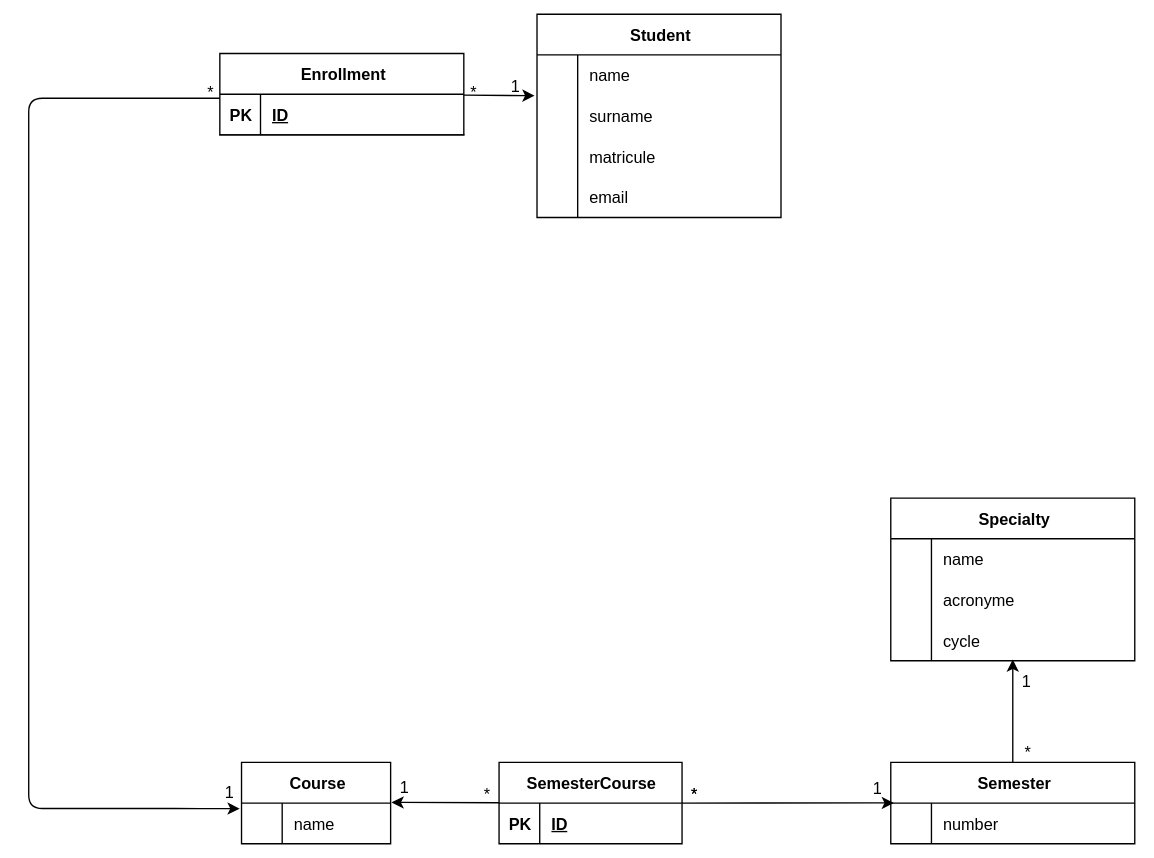
Earlier version of the draw.io export media/enrollment_structure.svg (mannara-org/WhatAreTheyWorth). Source tidied: cells renumbered, new cells last; positions are measured from the earlier drawing's top-left corner, leaving out a move shared by most shapes.
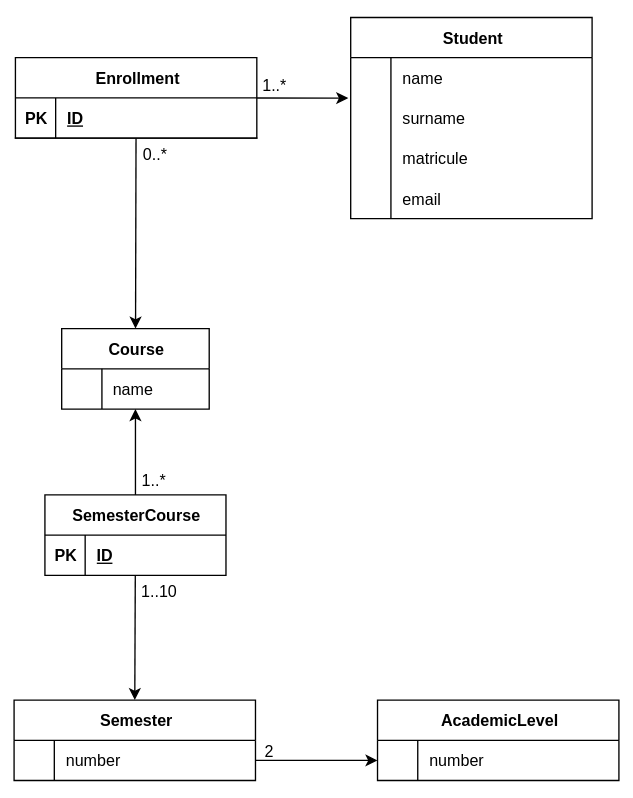
Above is the later version.

The edit, as a diff of the source:
```diff
@@ -5,56 +5,59 @@
     <mxCell id="2" value="Student" style="shape=table;startSize=30;rowLines=0;fontStyle=1;align=center;html=1;" parent="1" vertex="1">
       <mxGeometry x="375" width="180" height="150" as="geometry" />
     </mxCell>
-    <mxCell id="3" style="shape=tableRow;horizontal=0;startSize=0;swimlaneHead=0;swimlaneBody=0;fillColor=none;top=0;left=0;right=0;bottom=0;" parent="2" vertex="1">
-      <mxGeometry y="30" width="180" height="30" as="geometry" />
-    </mxCell>
-    <mxCell id="4" style="shape=partialRectangle;fillColor=none;top=0;left=0;bottom=0;right=0;overflow=hidden;whiteSpace=wrap;html=1;" parent="3" vertex="1">
-      <mxGeometry width="30" height="30" as="geometry" />
-    </mxCell>
-    <mxCell id="5" value="name" style="shape=partialRectangle;fillColor=none;top=0;left=0;bottom=0;right=0;align=left;spacingLeft=6;overflow=hidden;whiteSpace=wrap;html=1;" parent="3" vertex="1">
-      <mxGeometry x="30" width="150" height="30" as="geometry" />
-    </mxCell>
-    <mxCell id="6" style="shape=tableRow;horizontal=0;startSize=0;swimlaneHead=0;swimlaneBody=0;fillColor=none;points=[[0,0.5],[1,0.5]];portConstraint=eastwest;top=0;left=0;right=0;bottom=0;" parent="2" vertex="1">
-      <mxGeometry y="60" width="180" height="30" as="geometry" />
-    </mxCell>
-    <mxCell id="7" style="shape=partialRectangle;fillColor=none;top=0;left=0;bottom=0;right=0;overflow=hidden;whiteSpace=wrap;html=1;" parent="6" vertex="1">
-      <mxGeometry width="30" height="30" as="geometry" />
-    </mxCell>
+    <mxCell id="57" style="shape=tableRow;horizontal=0;startSize=0;swimlaneHead=0;swimlaneBody=0;fillColor=none;top=0;left=0;right=0;bottom=0;" parent="2" vertex="1">
+      <mxGeometry y="30" width="180" height="30" as="geometry" />
+    </mxCell>
+    <mxCell id="58" style="shape=partialRectangle;fillColor=none;top=0;left=0;bottom=0;right=0;overflow=hidden;whiteSpace=wrap;html=1;" parent="57" vertex="1">
+      <mxGeometry width="30" height="30" as="geometry" />
+    </mxCell>
+    <mxCell id="59" value="name" style="shape=partialRectangle;fillColor=none;top=0;left=0;bottom=0;right=0;align=left;spacingLeft=6;overflow=hidden;whiteSpace=wrap;html=1;" parent="57" vertex="1">
+      <mxGeometry x="30" width="150" height="30" as="geometry" />
+    </mxCell>
+    <mxCell id="60" style="shape=tableRow;horizontal=0;startSize=0;swimlaneHead=0;swimlaneBody=0;fillColor=none;points=[[0,0.5],[1,0.5]];portConstraint=eastwest;top=0;left=0;right=0;bottom=0;" parent="2" vertex="1">
+      <mxGeometry y="60" width="180" height="30" as="geometry" />
+    </mxCell>
+    <mxCell id="61" style="shape=partialRectangle;fillColor=none;top=0;left=0;bottom=0;right=0;overflow=hidden;whiteSpace=wrap;html=1;" parent="60" vertex="1">
+      <mxGeometry width="30" height="30" as="geometry" />
+    </mxCell>
-    <mxCell id="8" value="surname" style="shape=partialRectangle;fillColor=none;top=0;left=0;bottom=0;right=0;align=left;spacingLeft=6;overflow=hidden;whiteSpace=wrap;html=1;" parent="6" vertex="1">
+    <mxCell id="8" value="surname" style="shape=partialRectangle;fillColor=none;top=0;left=0;bottom=0;right=0;align=left;spacingLeft=6;overflow=hidden;whiteSpace=wrap;html=1;" parent="60" vertex="1">
       <mxGeometry x="30" width="150" height="30" as="geometry" />
     </mxCell>
-    <mxCell id="9" style="shape=tableRow;horizontal=0;startSize=0;swimlaneHead=0;swimlaneBody=0;fillColor=none;top=0;left=0;right=0;bottom=0;" parent="2" vertex="1">
-      <mxGeometry y="90" width="180" height="30" as="geometry" />
-    </mxCell>
-    <mxCell id="10" style="shape=partialRectangle;fillColor=none;top=0;left=0;bottom=0;right=0;overflow=hidden;whiteSpace=wrap;html=1;" parent="9" vertex="1">
-      <mxGeometry width="30" height="30" as="geometry" />
-    </mxCell>
+    <mxCell id="62" style="shape=tableRow;horizontal=0;startSize=0;swimlaneHead=0;swimlaneBody=0;fillColor=none;top=0;left=0;right=0;bottom=0;" parent="2" vertex="1">
+      <mxGeometry y="90" width="180" height="30" as="geometry" />
+    </mxCell>
+    <mxCell id="63" style="shape=partialRectangle;fillColor=none;top=0;left=0;bottom=0;right=0;overflow=hidden;whiteSpace=wrap;html=1;" parent="62" vertex="1">
+      <mxGeometry width="30" height="30" as="geometry" />
+    </mxCell>
-    <mxCell id="11" value="matricule" style="shape=partialRectangle;fillColor=none;top=0;left=0;bottom=0;right=0;align=left;spacingLeft=6;overflow=hidden;whiteSpace=wrap;html=1;" parent="9" vertex="1">
+    <mxCell id="11" value="matricule" style="shape=partialRectangle;fillColor=none;top=0;left=0;bottom=0;right=0;align=left;spacingLeft=6;overflow=hidden;whiteSpace=wrap;html=1;" parent="62" vertex="1">
       <mxGeometry x="30" width="150" height="30" as="geometry" />
     </mxCell>
     <mxCell id="12" style="shape=tableRow;horizontal=0;startSize=0;swimlaneHead=0;swimlaneBody=0;fillColor=none;top=0;left=0;right=0;bottom=0;" parent="2" vertex="1">
       <mxGeometry y="120" width="180" height="30" as="geometry" />
     </mxCell>
-    <mxCell id="13" style="shape=partialRectangle;fillColor=none;top=0;left=0;bottom=0;right=0;overflow=hidden;whiteSpace=wrap;html=1;" parent="12" vertex="1">
-      <mxGeometry width="30" height="30" as="geometry" />
-    </mxCell>
+    <mxCell id="64" style="shape=partialRectangle;fillColor=none;top=0;left=0;bottom=0;right=0;overflow=hidden;whiteSpace=wrap;html=1;" parent="12" vertex="1">
+      <mxGeometry width="30" height="30" as="geometry" />
+    </mxCell>
     <mxCell id="14" value="email" style="shape=partialRectangle;fillColor=none;top=0;left=0;bottom=0;right=0;align=left;spacingLeft=6;overflow=hidden;whiteSpace=wrap;html=1;" parent="12" vertex="1">
       <mxGeometry x="30" width="150" height="30" as="geometry" />
     </mxCell>
     <mxCell id="15" value="Course" style="shape=table;startSize=30;rowLines=0;fontStyle=1;align=center;html=1;" parent="1" vertex="1">
-      <mxGeometry x="157" y="552" width="110" height="60" as="geometry" />
+      <mxGeometry x="159.5" y="232" width="110" height="60" as="geometry" />
     </mxCell>
     <mxCell id="16" style="shape=tableRow;horizontal=0;startSize=0;swimlaneHead=0;swimlaneBody=0;fillColor=none;points=[[0,0.5],[1,0.5]];portConstraint=eastwest;top=0;left=0;right=0;bottom=0;" parent="15" vertex="1">
       <mxGeometry y="30" width="110" height="30" as="geometry" />
     </mxCell>
-    <mxCell id="17" style="shape=partialRectangle;fillColor=none;top=0;left=0;bottom=0;right=0;overflow=hidden;whiteSpace=wrap;html=1;" parent="16" vertex="1">
-      <mxGeometry width="30" height="30" as="geometry" />
-    </mxCell>
+    <mxCell id="65" style="shape=partialRectangle;fillColor=none;top=0;left=0;bottom=0;right=0;overflow=hidden;whiteSpace=wrap;html=1;" parent="16" vertex="1">
+      <mxGeometry width="30" height="30" as="geometry" />
+    </mxCell>
     <mxCell id="18" value="name" style="shape=partialRectangle;fillColor=none;top=0;left=0;bottom=0;right=0;align=left;spacingLeft=6;overflow=hidden;whiteSpace=wrap;html=1;" parent="16" vertex="1">
       <mxGeometry x="30" width="80" height="30" as="geometry" />
     </mxCell>
+    <mxCell id="66" style="edgeStyle=none;html=1;" parent="1" edge="1" source="19" target="15">
+      <mxGeometry relative="1" as="geometry" />
+    </mxCell>
     <mxCell id="19" value="Enrollment" style="shape=table;startSize=30;rowLines=0;fontStyle=1;align=center;html=1;" parent="1" vertex="1">
-      <mxGeometry x="141" y="29" width="180" height="60" as="geometry" />
+      <mxGeometry x="125" y="30" width="180" height="60" as="geometry" />
     </mxCell>
     <mxCell id="20" style="shape=tableRow;horizontal=0;startSize=0;swimlaneHead=0;swimlaneBody=0;fillColor=none;points=[[0,0.5],[1,0.5]];portConstraint=eastwest;top=0;left=0;right=0;bottom=1;" parent="19" vertex="1">
       <mxGeometry y="30" width="180" height="30" as="geometry" />
@@ -65,30 +68,14 @@
     <mxCell id="22" value="ID" style="shape=partialRectangle;fillColor=none;top=0;left=0;bottom=0;right=0;align=left;spacingLeft=6;fontStyle=5;overflow=hidden;whiteSpace=wrap;html=1;" parent="20" vertex="1">
       <mxGeometry x="30" width="150" height="30" as="geometry" />
     </mxCell>
-    <mxCell id="23" style="edgeStyle=none;html=1;endArrow=classic;endFill=1;startArrow=none;startFill=0;entryX=-0.012;entryY=0.136;entryDx=0;entryDy=0;entryPerimeter=0;exitX=-0.001;exitY=0.099;exitDx=0;exitDy=0;exitPerimeter=0;" parent="1" edge="1" source="20">
-      <mxGeometry relative="1" as="geometry">
-        <mxPoint x="155.7" y="586.1" as="targetPoint" />
-        <Array as="points">
-          <mxPoint y="62" />
-          <mxPoint y="586" />
-          <mxPoint x="117" y="586" />
-        </Array>
-      </mxGeometry>
-    </mxCell>
-    <mxCell id="24" style="edgeStyle=none;html=1;entryX=-0.01;entryY=0.004;entryDx=0;entryDy=0;entryPerimeter=0;endArrow=classic;endFill=1;" parent="1" edge="1" source="19" target="6">
-      <mxGeometry relative="1" as="geometry" />
-    </mxCell>
-    <mxCell id="25" value="1" style="text;html=1;align=center;verticalAlign=middle;strokeColor=none;fillColor=none;" parent="1" vertex="1">
-      <mxGeometry x="343" y="38" width="30" height="30" as="geometry" />
-    </mxCell>
-    <mxCell id="26" value="*" style="text;html=1;align=center;verticalAlign=middle;strokeColor=none;fillColor=none;" parent="1" vertex="1">
-      <mxGeometry x="118" y="42" width="30" height="30" as="geometry" />
-    </mxCell>
-    <mxCell id="27" value="*" style="text;html=1;align=center;verticalAlign=middle;strokeColor=none;fillColor=none;" parent="1" vertex="1">
-      <mxGeometry x="312" y="42" width="30" height="30" as="geometry" />
-    </mxCell>
+    <mxCell id="67" style="edgeStyle=none;html=1;entryX=-0.01;entryY=0.004;entryDx=0;entryDy=0;entryPerimeter=0;endArrow=classic;endFill=1;" parent="1" edge="1" source="19" target="60">
+      <mxGeometry relative="1" as="geometry" />
+    </mxCell>
+    <mxCell id="68" style="edgeStyle=none;html=1;entryX=0.5;entryY=0;entryDx=0;entryDy=0;" parent="1" edge="1" source="28" target="47">
+      <mxGeometry relative="1" as="geometry" />
+    </mxCell>
     <mxCell id="28" value="SemesterCourse" style="shape=table;startSize=30;rowLines=0;fontStyle=1;align=center;html=1;" parent="1" vertex="1">
-      <mxGeometry x="347" y="552" width="135" height="60" as="geometry" />
+      <mxGeometry x="147" y="356" width="135" height="60" as="geometry" />
     </mxCell>
     <mxCell id="29" style="shape=tableRow;horizontal=0;startSize=0;swimlaneHead=0;swimlaneBody=0;fillColor=none;top=0;left=0;right=0;bottom=0;" parent="28" vertex="1">
       <mxGeometry y="30" width="135" height="30" as="geometry" />
@@ -99,82 +86,50 @@
     <mxCell id="31" value="&lt;b&gt;&lt;u&gt;ID&lt;/u&gt;&lt;/b&gt;" style="shape=partialRectangle;fillColor=none;top=0;left=0;bottom=0;right=0;align=left;spacingLeft=6;overflow=hidden;whiteSpace=wrap;html=1;" parent="29" vertex="1">
       <mxGeometry x="30" width="105" height="30" as="geometry" />
     </mxCell>
-    <mxCell id="32" value="*" style="text;html=1;align=center;verticalAlign=middle;strokeColor=none;fillColor=none;" parent="1" vertex="1">
-      <mxGeometry x="475" y="560" width="30" height="30" as="geometry" />
-    </mxCell>
+    <mxCell id="47" value="Semester" style="shape=table;startSize=30;rowLines=0;fontStyle=1;align=center;html=1;" parent="1" vertex="1">
+      <mxGeometry x="124" y="509" width="180" height="60" as="geometry" />
+    </mxCell>
+    <mxCell id="69" style="shape=tableRow;horizontal=0;startSize=0;swimlaneHead=0;swimlaneBody=0;fillColor=none;points=[[0,0.5],[1,0.5]];portConstraint=eastwest;top=0;left=0;right=0;bottom=0;" parent="47" vertex="1">
+      <mxGeometry y="30" width="180" height="30" as="geometry" />
+    </mxCell>
+    <mxCell id="70" style="shape=partialRectangle;fillColor=none;top=0;left=0;bottom=0;right=0;overflow=hidden;whiteSpace=wrap;html=1;" parent="69" vertex="1">
+      <mxGeometry width="30" height="30" as="geometry" />
+    </mxCell>
+    <mxCell id="71" value="number" style="shape=partialRectangle;fillColor=none;top=0;left=0;bottom=0;right=0;align=left;spacingLeft=6;overflow=hidden;whiteSpace=wrap;html=1;" parent="69" vertex="1">
+      <mxGeometry x="30" width="150" height="30" as="geometry" />
+    </mxCell>
+    <mxCell id="72" value="AcademicLevel" style="shape=table;startSize=30;rowLines=0;fontStyle=1;align=center;html=1;" parent="1" vertex="1">
+      <mxGeometry x="395" y="509" width="180" height="60" as="geometry" />
+    </mxCell>
+    <mxCell id="73" style="shape=tableRow;horizontal=0;startSize=0;swimlaneHead=0;swimlaneBody=0;fillColor=none;points=[[0,0.5],[1,0.5]];portConstraint=eastwest;top=0;left=0;right=0;bottom=0;" parent="72" vertex="1">
+      <mxGeometry y="30" width="180" height="30" as="geometry" />
+    </mxCell>
+    <mxCell id="74" style="shape=partialRectangle;fillColor=none;top=0;left=0;bottom=0;right=0;overflow=hidden;whiteSpace=wrap;html=1;" parent="73" vertex="1">
+      <mxGeometry width="30" height="30" as="geometry" />
+    </mxCell>
+    <mxCell id="75" value="number" style="shape=partialRectangle;fillColor=none;top=0;left=0;bottom=0;right=0;align=left;spacingLeft=6;overflow=hidden;whiteSpace=wrap;html=1;" parent="73" vertex="1">
+      <mxGeometry x="30" width="150" height="30" as="geometry" />
+    </mxCell>
+    <mxCell id="76" value="2" style="text;html=1;align=center;verticalAlign=middle;strokeColor=none;fillColor=none;" parent="1" vertex="1">
+      <mxGeometry x="298" y="532" width="30" height="30" as="geometry" />
+    </mxCell>
-    <mxCell id="33" style="edgeStyle=none;html=1;entryX=1.006;entryY=-0.017;entryDx=0;entryDy=0;entryPerimeter=0;" parent="1" edge="1" source="28" target="16">
+    <mxCell id="33" style="edgeStyle=none;html=1;" parent="1" edge="1" source="28" target="16">
       <mxGeometry relative="1" as="geometry" />
     </mxCell>
-    <mxCell id="34" value="1" style="text;html=1;align=center;verticalAlign=middle;strokeColor=none;fillColor=none;" parent="1" vertex="1">
-      <mxGeometry x="261" y="555" width="30" height="30" as="geometry" />
-    </mxCell>
-    <mxCell id="35" value="*" style="text;html=1;align=center;verticalAlign=middle;strokeColor=none;fillColor=none;" parent="1" vertex="1">
-      <mxGeometry x="322" y="560" width="30" height="30" as="geometry" />
-    </mxCell>
-    <mxCell id="36" value="1" style="text;html=1;align=center;verticalAlign=middle;strokeColor=none;fillColor=none;" parent="1" vertex="1">
-      <mxGeometry x="132" y="559" width="30" height="30" as="geometry" />
-    </mxCell>
-    <mxCell id="37" value="Specialty" style="shape=table;startSize=30;rowLines=0;fontStyle=1;align=center;html=1;" parent="1" vertex="1">
-      <mxGeometry x="636" y="357" width="180" height="120" as="geometry" />
-    </mxCell>
-    <mxCell id="38" style="shape=tableRow;horizontal=0;startSize=0;swimlaneHead=0;swimlaneBody=0;fillColor=none;top=0;left=0;right=0;bottom=0;" parent="37" vertex="1">
-      <mxGeometry y="30" width="180" height="30" as="geometry" />
-    </mxCell>
-    <mxCell id="39" style="shape=partialRectangle;fillColor=none;top=0;left=0;bottom=0;right=0;overflow=hidden;whiteSpace=wrap;html=1;" parent="38" vertex="1">
-      <mxGeometry width="30" height="30" as="geometry" />
-    </mxCell>
-    <mxCell id="40" value="name" style="shape=partialRectangle;fillColor=none;top=0;left=0;bottom=0;right=0;align=left;spacingLeft=6;overflow=hidden;whiteSpace=wrap;html=1;" parent="38" vertex="1">
-      <mxGeometry x="30" width="150" height="30" as="geometry" />
-    </mxCell>
-    <mxCell id="41" style="shape=tableRow;horizontal=0;startSize=0;swimlaneHead=0;swimlaneBody=0;fillColor=none;top=0;left=0;right=0;bottom=0;" parent="37" vertex="1">
-      <mxGeometry y="60" width="180" height="30" as="geometry" />
-    </mxCell>
-    <mxCell id="42" style="shape=partialRectangle;fillColor=none;top=0;left=0;bottom=0;right=0;overflow=hidden;whiteSpace=wrap;html=1;" parent="41" vertex="1">
-      <mxGeometry width="30" height="30" as="geometry" />
-    </mxCell>
-    <mxCell id="43" value="acronyme" style="shape=partialRectangle;fillColor=none;top=0;left=0;bottom=0;right=0;align=left;spacingLeft=6;overflow=hidden;whiteSpace=wrap;html=1;" parent="41" vertex="1">
-      <mxGeometry x="30" width="150" height="30" as="geometry" />
-    </mxCell>
-    <mxCell id="44" style="shape=tableRow;horizontal=0;startSize=0;swimlaneHead=0;swimlaneBody=0;fillColor=none;points=[[0,0.5],[1,0.5]];portConstraint=eastwest;top=0;left=0;right=0;bottom=0;" parent="37" vertex="1">
-      <mxGeometry y="90" width="180" height="30" as="geometry" />
-    </mxCell>
-    <mxCell id="45" style="shape=partialRectangle;fillColor=none;top=0;left=0;bottom=0;right=0;overflow=hidden;whiteSpace=wrap;html=1;" parent="44" vertex="1">
-      <mxGeometry width="30" height="30" as="geometry" />
-    </mxCell>
-    <mxCell id="46" value="cycle" style="shape=partialRectangle;fillColor=none;top=0;left=0;bottom=0;right=0;align=left;spacingLeft=6;overflow=hidden;whiteSpace=wrap;html=1;" parent="44" vertex="1">
-      <mxGeometry x="30" width="150" height="30" as="geometry" />
-    </mxCell>
-    <mxCell id="47" value="Semester" style="shape=table;startSize=30;rowLines=0;fontStyle=1;align=center;html=1;" parent="1" vertex="1">
-      <mxGeometry x="636" y="552" width="180" height="60" as="geometry" />
-    </mxCell>
-    <mxCell id="48" style="shape=tableRow;horizontal=0;startSize=0;swimlaneHead=0;swimlaneBody=0;fillColor=none;points=[[0,0.5],[1,0.5]];portConstraint=eastwest;top=0;left=0;right=0;bottom=0;" parent="47" vertex="1">
-      <mxGeometry y="30" width="180" height="30" as="geometry" />
-    </mxCell>
-    <mxCell id="49" style="shape=partialRectangle;fillColor=none;top=0;left=0;bottom=0;right=0;overflow=hidden;whiteSpace=wrap;html=1;" parent="48" vertex="1">
-      <mxGeometry width="30" height="30" as="geometry" />
-    </mxCell>
-    <mxCell id="50" value="number" style="shape=partialRectangle;fillColor=none;top=0;left=0;bottom=0;right=0;align=left;spacingLeft=6;overflow=hidden;whiteSpace=wrap;html=1;" parent="48" vertex="1">
-      <mxGeometry x="30" width="150" height="30" as="geometry" />
-    </mxCell>
-    <mxCell id="51" value="*" style="text;html=1;align=center;verticalAlign=middle;strokeColor=none;fillColor=none;" parent="1" vertex="1">
-      <mxGeometry x="475" y="560" width="30" height="30" as="geometry" />
-    </mxCell>
-    <mxCell id="52" style="edgeStyle=none;html=1;entryX=0.013;entryY=-0.005;entryDx=0;entryDy=0;entryPerimeter=0;" parent="1" edge="1" target="48">
-      <mxGeometry relative="1" as="geometry">
-        <mxPoint x="482" y="582" as="sourcePoint" />
-      </mxGeometry>
-    </mxCell>
-    <mxCell id="53" value="1" style="text;html=1;align=center;verticalAlign=middle;strokeColor=none;fillColor=none;" parent="1" vertex="1">
-      <mxGeometry x="610" y="556" width="30" height="30" as="geometry" />
-    </mxCell>
-    <mxCell id="54" style="edgeStyle=none;html=1;entryX=0.5;entryY=0.967;entryDx=0;entryDy=0;entryPerimeter=0;" parent="1" edge="1" source="47" target="44">
-      <mxGeometry relative="1" as="geometry" />
-    </mxCell>
-    <mxCell id="55" value="1" style="text;html=1;align=center;verticalAlign=middle;strokeColor=none;fillColor=none;" parent="1" vertex="1">
-      <mxGeometry x="720" y="477" width="30" height="30" as="geometry" />
-    </mxCell>
-    <mxCell id="56" value="*" style="text;html=1;align=center;verticalAlign=middle;strokeColor=none;fillColor=none;" parent="1" vertex="1">
-      <mxGeometry x="721" y="529" width="30" height="30" as="geometry" />
-    </mxCell>
+    <mxCell id="77" value="1..10" style="text;html=1;align=center;verticalAlign=middle;strokeColor=none;fillColor=none;" parent="1" vertex="1">
+      <mxGeometry x="206" y="413" width="50" height="30" as="geometry" />
+    </mxCell>
+    <mxCell id="78" value="1..*" style="text;html=1;align=center;verticalAlign=middle;strokeColor=none;fillColor=none;" parent="1" vertex="1">
+      <mxGeometry x="207" y="330" width="40" height="30" as="geometry" />
+    </mxCell>
+    <mxCell id="79" value="0..*" style="text;html=1;align=center;verticalAlign=middle;strokeColor=none;fillColor=none;" parent="1" vertex="1">
+      <mxGeometry x="208" y="87" width="40" height="30" as="geometry" />
+    </mxCell>
+    <mxCell id="80" value="1..*" style="text;html=1;align=center;verticalAlign=middle;strokeColor=none;fillColor=none;" parent="1" vertex="1">
+      <mxGeometry x="297" y="35" width="40" height="30" as="geometry" />
+    </mxCell>
+    <mxCell id="81" style="edgeStyle=none;html=1;entryX=0;entryY=0.5;entryDx=0;entryDy=0;" parent="1" edge="1" source="69" target="73">
+      <mxGeometry relative="1" as="geometry" />
+    </mxCell>
   </root>
 </mxGraphModel>
```
